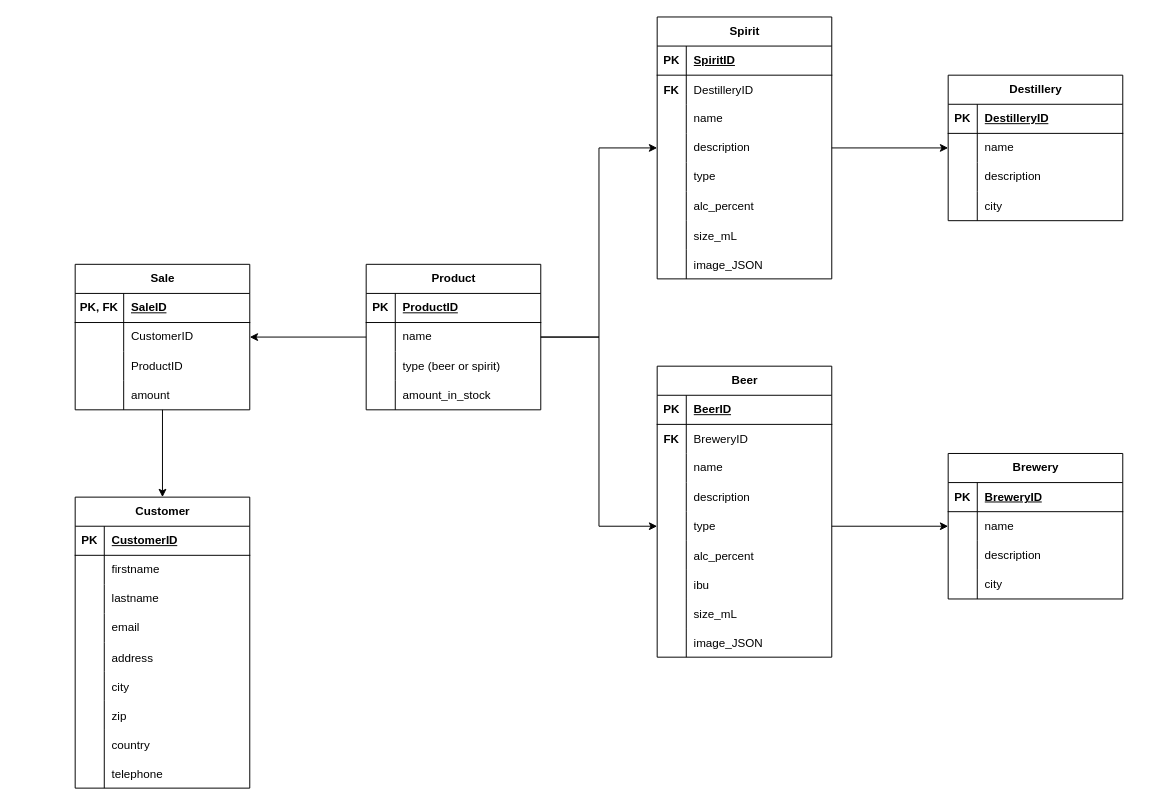
Above: Documentation/ER_Diagram.drawio in GutterneTheBois/smagen-af-oel (draw.io), before the change. Source tidied: cells renumbered, new cells numbered last; positions are measured from the earlier drawing's top-left corner, leaving out a move shared by most shapes. Both pictures are drawn from the tidied source at 97%, with x=0, y=0 at pixel (75, 16).
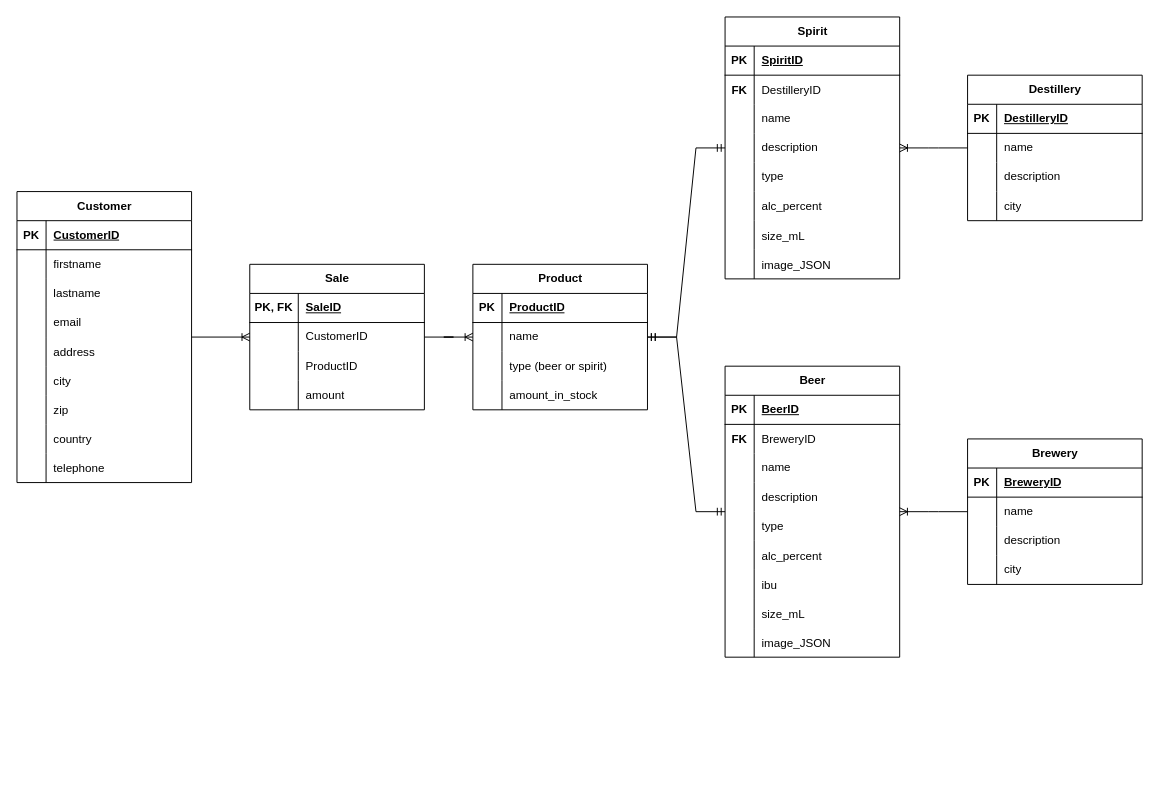
After the change.

Commit message:
Updated ER-diagram with ER arrows to show relationships

The change refers to these unchanged cells:
```xml
<mxCell id="15" style="shape=tableRow;horizontal=0;startSize=0;swimlaneHead=0;swimlaneBody=0;fillColor=none;points=[[0,0.5],[1,0.5]];portConstraint=eastwest;top=0;left=0;right=0;bottom=0;" parent="2" vertex="1">
  <mxGeometry y="150" width="180" height="30" as="geometry" />
</mxCell>
<mxCell id="108" style="shape=tableRow;horizontal=0;startSize=0;swimlaneHead=0;swimlaneBody=0;fillColor=none;points=[[0,0.5],[1,0.5]];portConstraint=eastwest;top=0;left=0;right=0;bottom=0;" parent="98" vertex="1">
  <mxGeometry y="120" width="180" height="30" as="geometry" />
</mxCell>
<mxCell id="129" style="shape=tableRow;horizontal=0;startSize=0;swimlaneHead=0;swimlaneBody=0;fillColor=none;points=[[0,0.5],[1,0.5]];portConstraint=eastwest;top=0;left=0;right=0;bottom=0;" parent="125" vertex="1">
  <mxGeometry y="60" width="180" height="30" as="geometry" />
</mxCell>
```

Change to the diagram source:
```diff
@@
     <mxCell id="2" value="Beer" style="shape=table;startSize=30;childLayout=tableLayout;rowLines=0;fontStyle=1;align=center;html=1;" parent="1" vertex="1">
-      <mxGeometry x="600" y="360" width="180" height="300" as="geometry" />
+      <mxGeometry x="670" y="360" width="180" height="300" as="geometry" />
     </mxCell>
@@
     <mxCell id="30" value="Brewery" style="shape=table;startSize=30;childLayout=tableLayout;rowLines=0;fontStyle=1;align=center;html=1;" parent="1" vertex="1">
-      <mxGeometry x="900" y="450" width="180" height="150" as="geometry" />
+      <mxGeometry x="920" y="435" width="180" height="150" as="geometry" />
     </mxCell>
@@
     <mxCell id="43" value="Customer" style="shape=table;startSize=30;childLayout=tableLayout;rowLines=0;fontStyle=1;align=center;html=1;" parent="1" vertex="1">
-      <mxGeometry y="495" width="180" height="300" as="geometry" />
+      <mxGeometry x="-60" y="180" width="180" height="300" as="geometry" />
     </mxCell>
@@
-    <mxCell id="71" style="edgeStyle=orthogonalEdgeStyle;rounded=0;jettySize=auto;html=1;" parent="1" edge="1" source="72" target="43">
-      <mxGeometry relative="1" as="geometry" />
-    </mxCell>
     <mxCell id="72" value="Sale" style="shape=table;startSize=30;childLayout=tableLayout;rowLines=0;fontStyle=1;align=center;html=1;" parent="1" vertex="1">
-      <mxGeometry y="255" width="180" height="150" as="geometry" />
+      <mxGeometry x="180" y="255" width="180" height="150" as="geometry" />
     </mxCell>
@@
     <mxCell id="85" value="Destillery" style="shape=table;startSize=30;childLayout=tableLayout;rowLines=0;fontStyle=1;align=center;html=1;" parent="1" vertex="1">
-      <mxGeometry x="900" y="60" width="180" height="150" as="geometry" />
+      <mxGeometry x="920" y="60" width="180" height="150" as="geometry" />
     </mxCell>
@@
     <mxCell id="98" value="Spirit" style="shape=table;startSize=30;childLayout=tableLayout;rowLines=0;fontStyle=1;align=center;html=1;" parent="1" vertex="1">
-      <mxGeometry x="600" width="180" height="270" as="geometry" />
+      <mxGeometry x="670" width="180" height="270" as="geometry" />
     </mxCell>
@@
-    <mxCell id="123" style="edgeStyle=orthogonalEdgeStyle;rounded=0;jettySize=auto;html=1;" parent="1" edge="1" source="125" target="98">
-      <mxGeometry relative="1" as="geometry" />
-    </mxCell>
-    <mxCell id="124" style="edgeStyle=orthogonalEdgeStyle;rounded=0;jettySize=auto;html=1;" parent="1" edge="1" source="125" target="72">
-      <mxGeometry relative="1" as="geometry" />
-    </mxCell>
     <mxCell id="125" value="Product" style="shape=table;startSize=30;childLayout=tableLayout;rowLines=0;fontStyle=1;align=center;html=1;" parent="1" vertex="1">
-      <mxGeometry x="300" y="255" width="180" height="150" as="geometry" />
+      <mxGeometry x="410" y="255" width="180" height="150" as="geometry" />
     </mxCell>
@@
-    <mxCell id="138" style="edgeStyle=orthogonalEdgeStyle;rounded=0;jettySize=auto;html=1;entryX=0;entryY=0.5;entryDx=0;entryDy=0;" parent="1" edge="1" source="129" target="15">
-      <mxGeometry relative="1" as="geometry" />
-    </mxCell>
-    <mxCell id="139" style="edgeStyle=orthogonalEdgeStyle;rounded=0;jettySize=auto;html=1;" parent="1" edge="1" source="15" target="30">
-      <mxGeometry relative="1" as="geometry" />
-    </mxCell>
-    <mxCell id="140" style="edgeStyle=orthogonalEdgeStyle;rounded=0;jettySize=auto;html=1;" parent="1" edge="1" source="108" target="85">
-      <mxGeometry relative="1" as="geometry" />
-    </mxCell>
+    <mxCell id="141" style="edgeStyle=entityRelationEdgeStyle;fontSize=12;html=1;endArrow=ERoneToMany;rounded=0;" parent="1" edge="1" source="85" target="98">
+      <mxGeometry relative="1" as="geometry" />
+    </mxCell>
+    <mxCell id="142" style="edgeStyle=entityRelationEdgeStyle;fontSize=12;html=1;endArrow=ERoneToMany;rounded=0;" parent="1" edge="1" source="30" target="2">
+      <mxGeometry relative="1" as="geometry" />
+    </mxCell>
+    <mxCell id="143" style="edgeStyle=entityRelationEdgeStyle;fontSize=12;html=1;endArrow=ERmandOne;startArrow=ERmandOne;rounded=0;" parent="1" edge="1" source="2" target="125">
+      <mxGeometry relative="1" as="geometry" />
+    </mxCell>
+    <mxCell id="144" style="edgeStyle=entityRelationEdgeStyle;fontSize=12;html=1;endArrow=ERmandOne;startArrow=ERmandOne;rounded=0;" parent="1" edge="1" source="98" target="125">
+      <mxGeometry relative="1" as="geometry" />
+    </mxCell>
+    <mxCell id="145" style="edgeStyle=entityRelationEdgeStyle;fontSize=12;html=1;endArrow=ERoneToMany;rounded=0;" parent="1" edge="1" source="72" target="125">
+      <mxGeometry relative="1" as="geometry" />
+    </mxCell>
+    <mxCell id="71" style="edgeStyle=orthogonalEdgeStyle;rounded=0;jettySize=auto;html=1;startArrow=ERoneToMany;startFill=0;endArrow=none;endFill=0;" parent="1" edge="1" source="72" target="43">
+      <mxGeometry relative="1" as="geometry" />
+    </mxCell>
```
